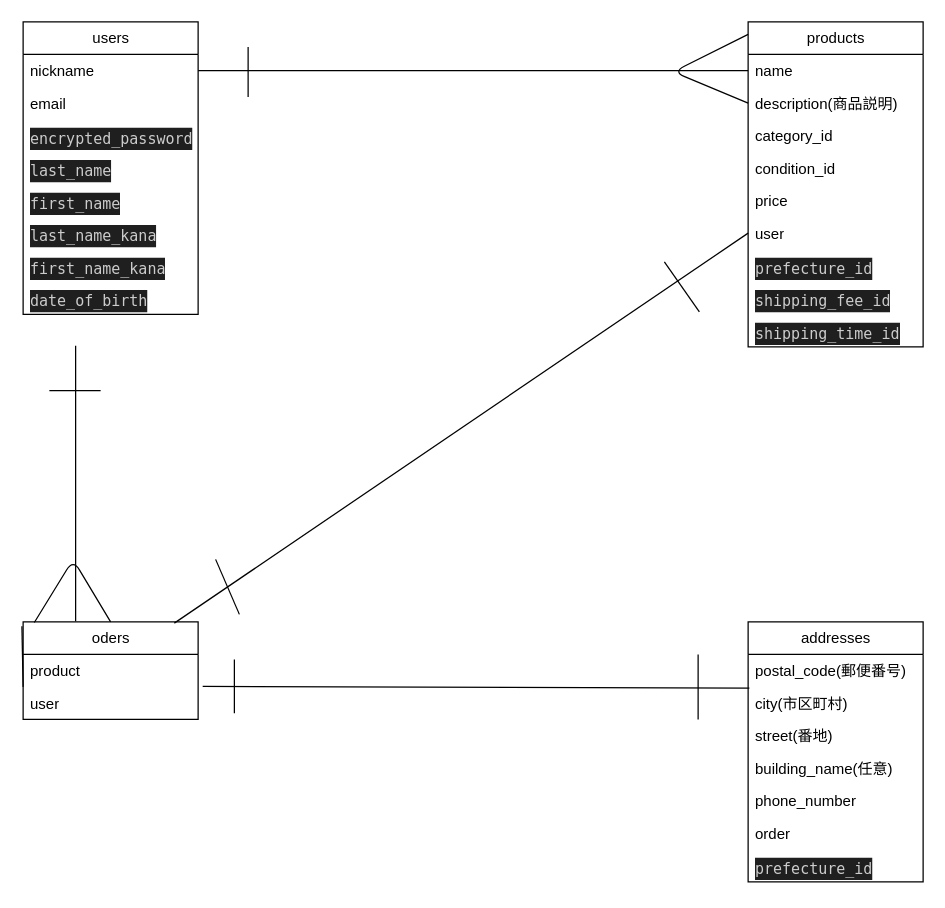
Above: furima_er.dio in yuuukikiki/furima-41368 (draw.io), before the change. Source tidied: cells renumbered, new cells numbered last; positions are measured from the earlier drawing's top-left corner, leaving out a move shared by most shapes. Both pictures are drawn from the tidied source at 125%, with x=0, y=0 at pixel (22, 21).
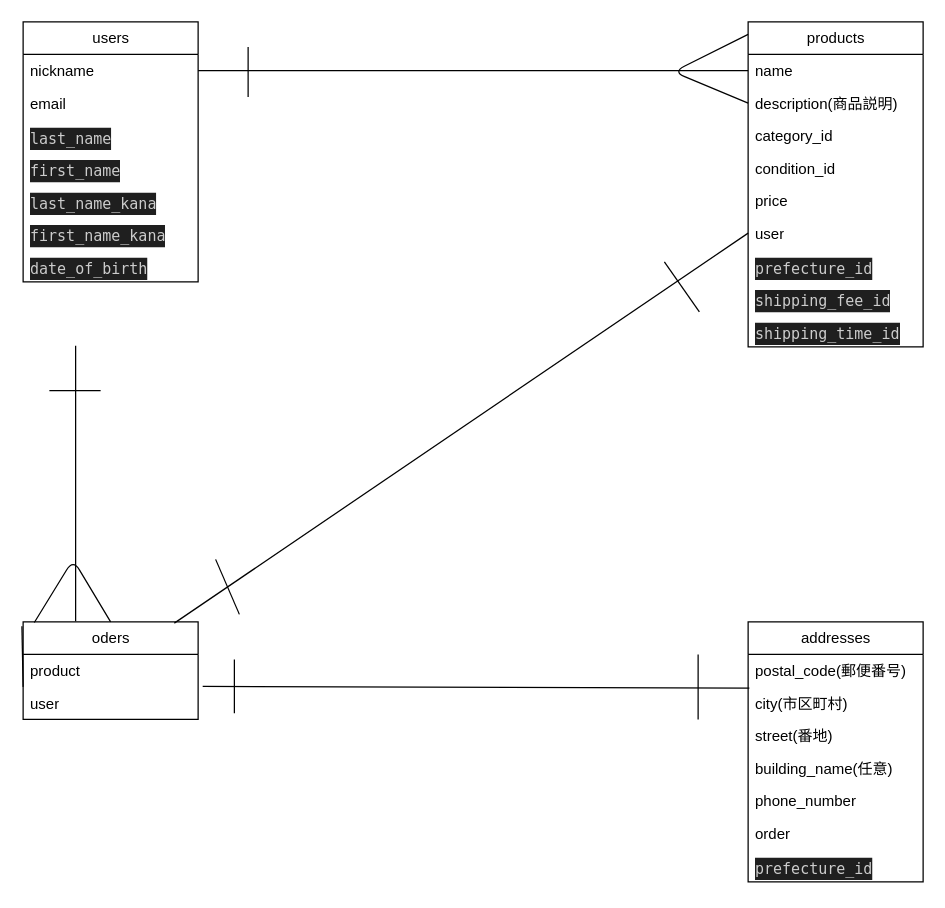
Above is the later version.

Change to the diagram source:
```diff
@@
     <mxCell id="2" value="users" style="swimlane;fontStyle=0;horizontal=1;startSize=26;fillColor=none;html=1;" parent="1" vertex="1">
-      <mxGeometry width="140" height="234" as="geometry" />
+      <mxGeometry width="140" height="208" as="geometry" />
     </mxCell>
@@
-    <mxCell id="5" value="&lt;div style=&quot;color: rgb(204, 204, 204); background-color: rgb(31, 31, 31); font-family: Menlo, Monaco, &amp;quot;Courier New&amp;quot;, monospace; line-height: 18px;&quot;&gt;encrypted_password&lt;/div&gt;" style="text;strokeColor=none;fillColor=none;align=left;verticalAlign=top;spacingLeft=4;spacingRight=4;overflow=hidden;whiteSpace=wrap;html=1;" parent="2" vertex="1">
-      <mxGeometry y="78" width="140" height="26" as="geometry" />
-    </mxCell>
     <mxCell id="6" value="&lt;div style=&quot;color: rgb(204, 204, 204); background-color: rgb(31, 31, 31); font-family: Menlo, Monaco, &amp;quot;Courier New&amp;quot;, monospace; line-height: 18px;&quot;&gt;last_name&lt;/div&gt;" style="text;strokeColor=none;fillColor=none;align=left;verticalAlign=top;spacingLeft=4;spacingRight=4;overflow=hidden;whiteSpace=wrap;html=1;" parent="2" vertex="1">
-      <mxGeometry y="104" width="140" height="26" as="geometry" />
+      <mxGeometry y="78" width="140" height="26" as="geometry" />
     </mxCell>
     <mxCell id="7" value="&lt;div style=&quot;color: rgb(204, 204, 204); background-color: rgb(31, 31, 31); font-family: Menlo, Monaco, &amp;quot;Courier New&amp;quot;, monospace; line-height: 18px;&quot;&gt;first_name&lt;/div&gt;" style="text;align=left;verticalAlign=top;spacingLeft=4;spacingRight=4;overflow=hidden;whiteSpace=wrap;html=1;" parent="2" vertex="1">
-      <mxGeometry y="130" width="140" height="26" as="geometry" />
+      <mxGeometry y="104" width="140" height="26" as="geometry" />
     </mxCell>
     <mxCell id="8" value="&lt;div style=&quot;color: rgb(204, 204, 204); background-color: rgb(31, 31, 31); font-family: Menlo, Monaco, &amp;quot;Courier New&amp;quot;, monospace; line-height: 18px;&quot;&gt;last_name_kana&lt;/div&gt;" style="text;strokeColor=none;fillColor=none;align=left;verticalAlign=top;spacingLeft=4;spacingRight=4;overflow=hidden;whiteSpace=wrap;html=1;" parent="2" vertex="1">
-      <mxGeometry y="156" width="140" height="26" as="geometry" />
+      <mxGeometry y="130" width="140" height="26" as="geometry" />
     </mxCell>
     <mxCell id="9" value="&lt;div style=&quot;color: rgb(204, 204, 204); background-color: rgb(31, 31, 31); font-family: Menlo, Monaco, &amp;quot;Courier New&amp;quot;, monospace; line-height: 18px;&quot;&gt;&lt;div style=&quot;line-height: 18px;&quot;&gt;first_name_kana&lt;/div&gt;&lt;/div&gt;" style="text;strokeColor=none;fillColor=none;align=left;verticalAlign=top;spacingLeft=4;spacingRight=4;overflow=hidden;whiteSpace=wrap;html=1;" parent="2" vertex="1">
-      <mxGeometry y="182" width="140" height="26" as="geometry" />
+      <mxGeometry y="156" width="140" height="26" as="geometry" />
     </mxCell>
     <mxCell id="10" value="&lt;div style=&quot;color: rgb(204, 204, 204); background-color: rgb(31, 31, 31); font-family: Menlo, Monaco, &amp;quot;Courier New&amp;quot;, monospace; line-height: 18px;&quot;&gt;&lt;div style=&quot;line-height: 18px;&quot;&gt;&lt;div style=&quot;line-height: 18px;&quot;&gt;date_of_birth&lt;/div&gt;&lt;/div&gt;&lt;/div&gt;" style="text;strokeColor=none;fillColor=none;align=left;verticalAlign=top;spacingLeft=4;spacingRight=4;overflow=hidden;whiteSpace=wrap;html=1;" parent="2" vertex="1">
-      <mxGeometry y="208" width="140" height="26" as="geometry" />
+      <mxGeometry y="182" width="140" height="26" as="geometry" />
     </mxCell>
```
